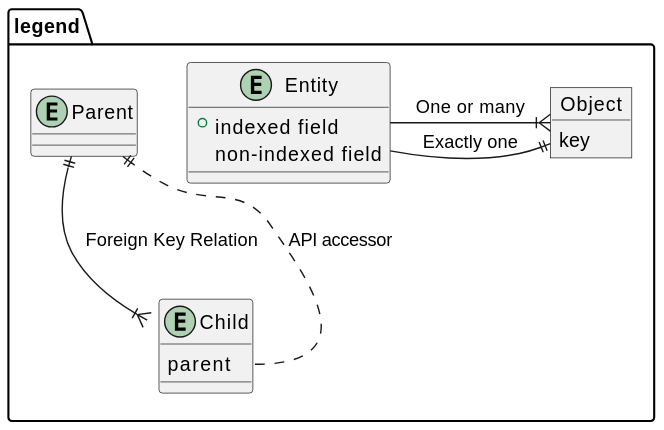
fetchai/docs-archived keeps this PlantUML diagram as ledger-subquery/assets/entities_legend.svg. Above is the earlier version.
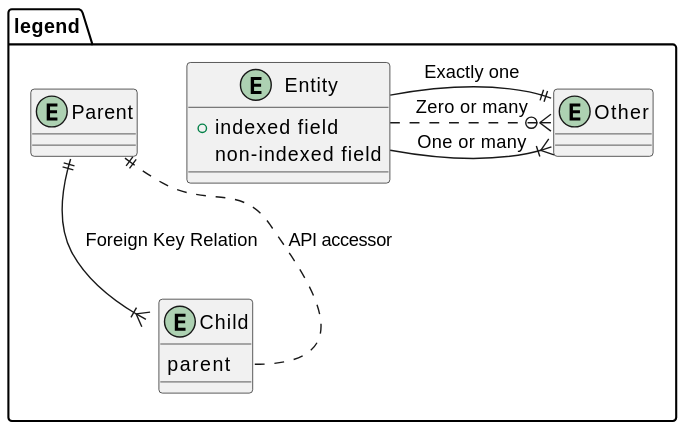
After the change.

Change to the diagram source:
```diff
@@ -13,12 +13,10 @@
       non-indexed field
     }
 
-    object Object {
-        key
-    }
+    entity Other {}
 
-    Entity -|| Object : "Exactly one"
-    Entity -|{ Object : "One or many"
-
+    Entity -|| Other : "Exactly one"
+    Entity -|{ Other : "One or many"
+    Entity .o{ Other : "Zero or many"
 }
 @enduml
```
